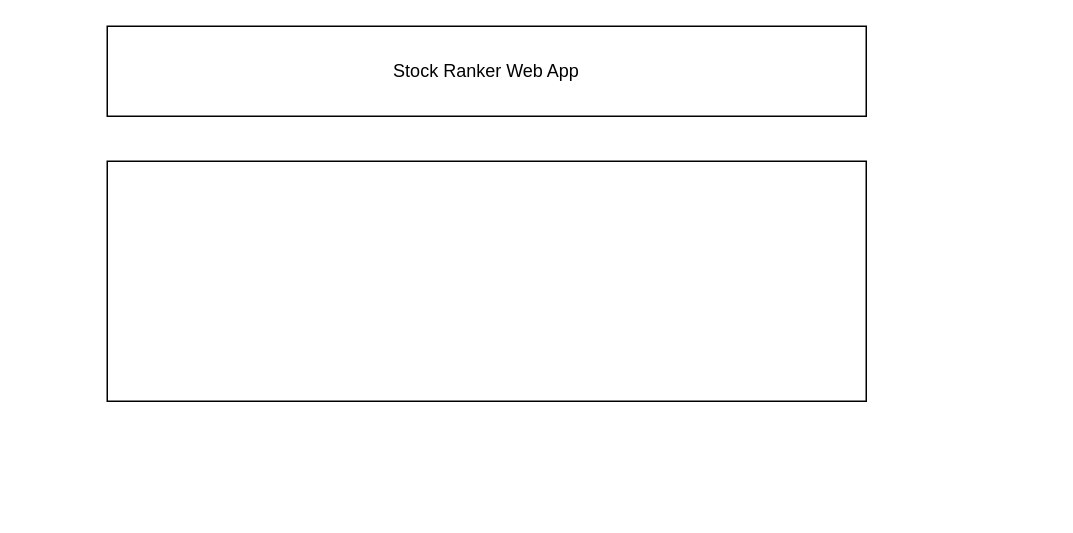
This is page "High-Level Architecture" (1 of 2) of stock ranking query system.drawio from WRDSTech/documentations, a draw.io file, before an edit. Source tidied: cells renumbered, new cells numbered last; positions are measured from the earlier drawing's top-left corner, leaving out a move shared by most shapes. Both pictures are drawn from the tidied source at 150%, with x=0, y=0 at pixel (106, 26).
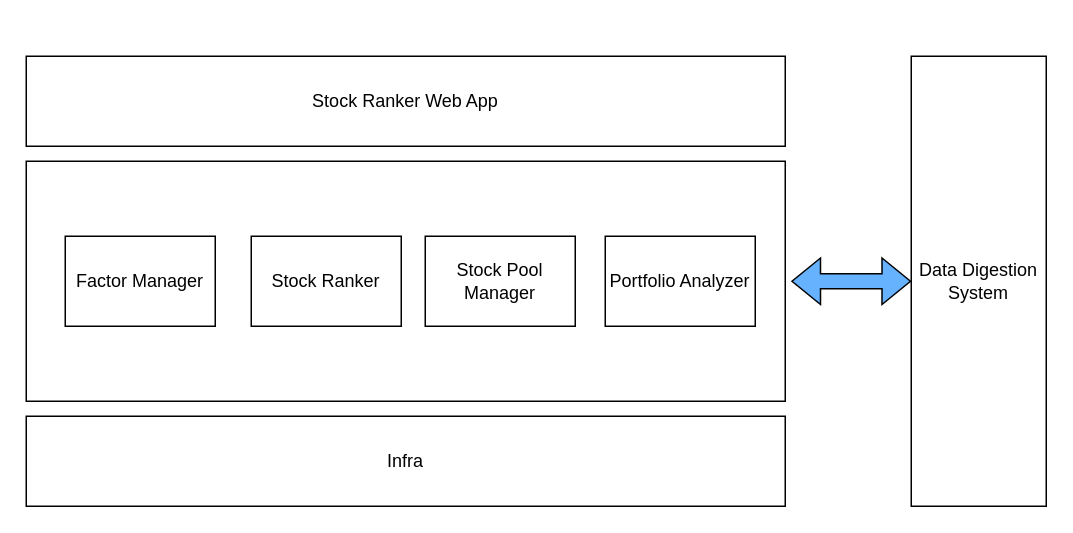
Above is the later version.

What changed in the source:
```diff
@@
 <mxGraphModel>
   <root>
     <mxCell id="0" />
     <mxCell id="1" parent="0" />
     <mxCell id="2" value="Stock Ranker Web App" style="rounded=0;whiteSpace=wrap;html=1;" parent="1" vertex="1">
-      <mxGeometry width="506" height="60" as="geometry" />
+      <mxGeometry x="-54" y="20" width="506" height="60" as="geometry" />
     </mxCell>
     <mxCell id="3" style="rounded=0;whiteSpace=wrap;html=1;" parent="1" vertex="1">
-      <mxGeometry y="90" width="506" height="160" as="geometry" />
+      <mxGeometry x="-54" y="90" width="506" height="160" as="geometry" />
     </mxCell>
+    <mxCell id="4" value="Factor Manager" style="rounded=0;whiteSpace=wrap;html=1;" parent="1" vertex="1">
+      <mxGeometry x="-28" y="140" width="100" height="60" as="geometry" />
+    </mxCell>
+    <mxCell id="5" value="Stock Ranker" style="rounded=0;whiteSpace=wrap;html=1;" parent="1" vertex="1">
+      <mxGeometry x="96" y="140" width="100" height="60" as="geometry" />
+    </mxCell>
+    <mxCell id="6" value="Stock Pool Manager" style="rounded=0;whiteSpace=wrap;html=1;" parent="1" vertex="1">
+      <mxGeometry x="212" y="140" width="100" height="60" as="geometry" />
+    </mxCell>
+    <mxCell id="7" value="Portfolio Analyzer" style="rounded=0;whiteSpace=wrap;html=1;" parent="1" vertex="1">
+      <mxGeometry x="332" y="140" width="100" height="60" as="geometry" />
+    </mxCell>
+    <mxCell id="8" value="Infra" style="rounded=0;whiteSpace=wrap;html=1;" parent="1" vertex="1">
+      <mxGeometry x="-54" y="260" width="506" height="60" as="geometry" />
+    </mxCell>
+    <mxCell id="9" value="Data Digestion&lt;br&gt;System" style="rounded=0;whiteSpace=wrap;html=1;" parent="1" vertex="1">
+      <mxGeometry x="536" y="20" width="90" height="300" as="geometry" />
+    </mxCell>
+    <mxCell id="10" style="shape=flexArrow;endArrow=classic;startArrow=classic;html=1;rounded=0;entryX=0;entryY=0.5;entryDx=0;entryDy=0;fillColor=#66B2FF;" parent="1" edge="1" target="9">
+      <mxGeometry relative="1" as="geometry">
+        <mxPoint x="456" y="170" as="sourcePoint" />
+      </mxGeometry>
+    </mxCell>
   </root>
 </mxGraphModel>
```
